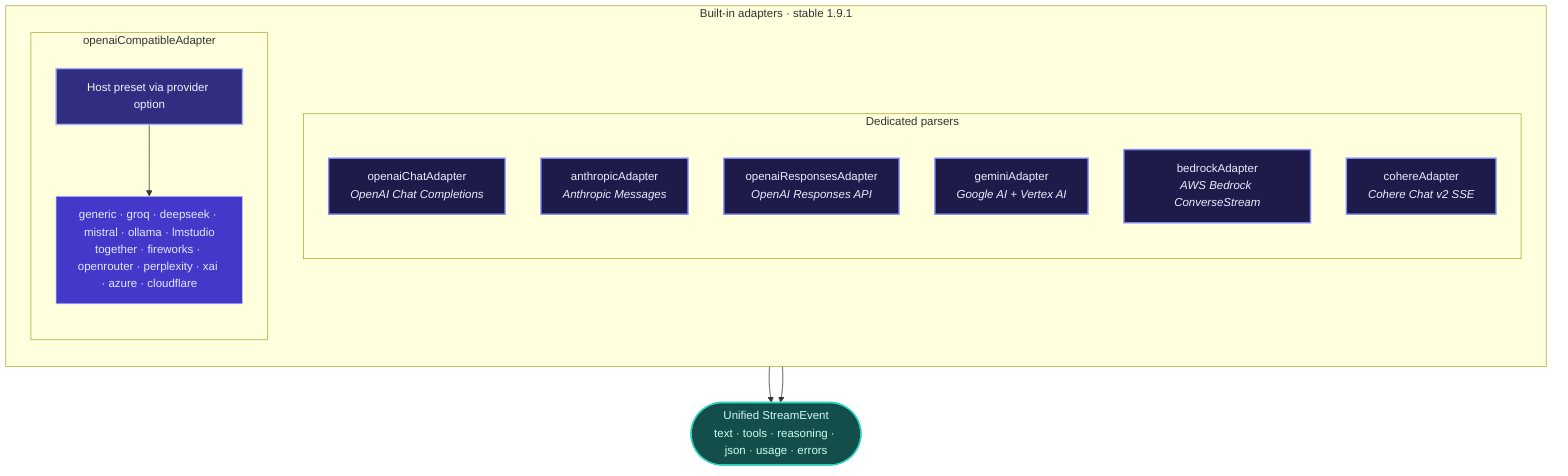
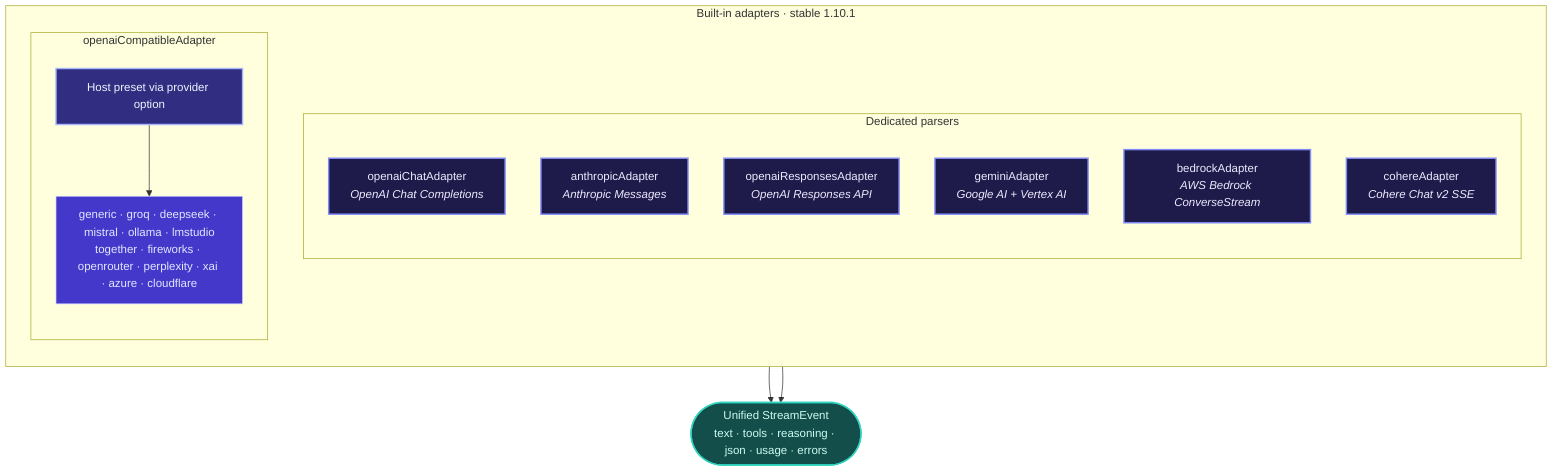
flowchart TB
- 	subgraph BUILTIN["Built-in adapters · stable 1.9.1"]
+ 	subgraph BUILTIN["Built-in adapters · stable 1.10.1"]
		direction TB

		subgraph DEDICATED["Dedicated parsers"]
			direction TB
			AC["openaiChatAdapter<br/><i>OpenAI Chat Completions</i>"]
			AA["anthropicAdapter<br/><i>Anthropic Messages</i>"]
			AR["openaiResponsesAdapter<br/><i>OpenAI Responses API</i>"]
			AG["geminiAdapter<br/><i>Google AI + Vertex AI</i>"]
			AB["bedrockAdapter<br/><i>AWS Bedrock ConverseStream</i>"]
			ACO["cohereAdapter<br/><i>Cohere Chat v2 SSE</i>"]
		end

		subgraph COMPAT["openaiCompatibleAdapter"]
			direction TB
			AO["Host preset via provider option"]
			PRESETS["generic · groq · deepseek · mistral · ollama · lmstudio<br/>together · fireworks · openrouter · perplexity · xai · azure · cloudflare"]
			AO --> PRESETS
		end
	end

	UNIFIED(["Unified StreamEvent<br/>text · tools · reasoning · json · usage · errors"])

	DEDICATED --> UNIFIED
	COMPAT --> UNIFIED

	classDef dedicated fill:#1e1b4b,stroke:#818cf8,stroke-width:2px,color:#ede9fe
	classDef compat fill:#312e81,stroke:#a5b4fc,stroke-width:2px,color:#eef2ff
	classDef presets fill:#4338ca,stroke:#c7d2fe,stroke-width:1px,color:#e0e7ff
	classDef out fill:#134e4a,stroke:#2dd4bf,stroke-width:2px,color:#ccfbf1

	class AC,AA,AR,AG,AB,ACO dedicated
	class AO compat
	class PRESETS presets
	class UNIFIED out
